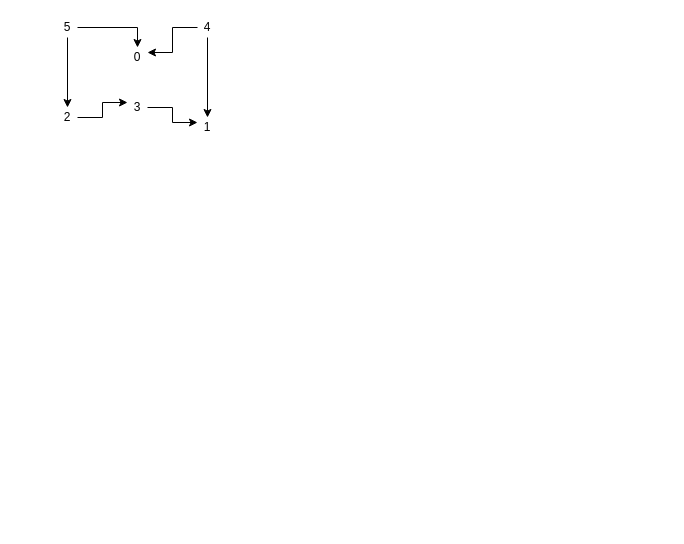
The draw.io diagram topologicalSortDFS.drawio in KaidenCoder/DrawIORepo, before the edit. Source tidied: cells renumbered, new cells numbered last; positions are measured from the earlier drawing's top-left corner, leaving out a move shared by most shapes. Both pictures are drawn from the tidied source at 100%, with x=0, y=0 at pixel (57, 17).
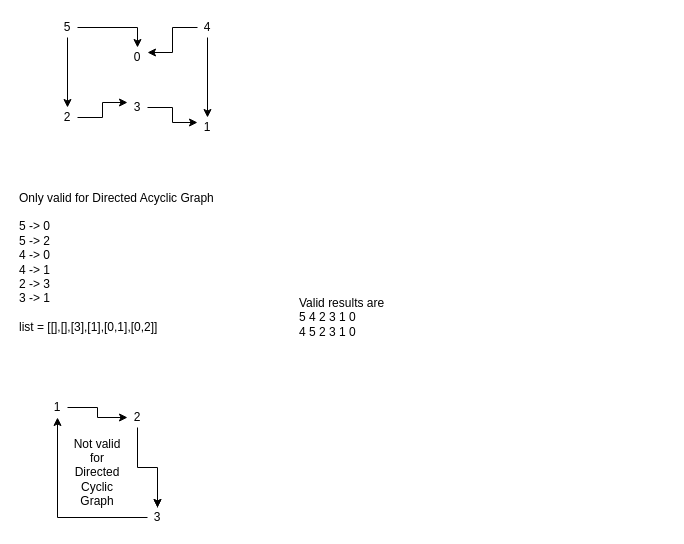
The same page after the edit.

What changed in the source:
```diff
@@
+    <mxCell id="14" value="&lt;div&gt;Only valid for Directed Acyclic Graph&lt;/div&gt;&lt;div&gt;&lt;br&gt;&lt;/div&gt;5 -&amp;gt; 0&lt;div&gt;5 -&amp;gt; 2&lt;/div&gt;&lt;div&gt;4 -&amp;gt; 0&lt;/div&gt;&lt;div&gt;4 -&amp;gt; 1&lt;/div&gt;&lt;div&gt;2 -&amp;gt; 3&lt;/div&gt;&lt;div&gt;3 -&amp;gt; 1&lt;/div&gt;&lt;div&gt;&lt;br&gt;&lt;/div&gt;&lt;div&gt;list = [[],[],[3],[1],[0,1],[0,2]]&lt;/div&gt;" style="text;html=1;align=left;verticalAlign=middle;whiteSpace=wrap;rounded=0;" parent="1" vertex="1">
+      <mxGeometry x="-40" y="160" width="210" height="170" as="geometry" />
+    </mxCell>
+    <mxCell id="15" value="Valid results are&lt;div&gt;5 4 2 3 1 0&lt;/div&gt;&lt;div&gt;4 5 2 3 1 0&lt;/div&gt;" style="text;html=1;align=left;verticalAlign=middle;whiteSpace=wrap;rounded=0;" parent="1" vertex="1">
+      <mxGeometry x="240" y="210" width="370" height="180" as="geometry" />
+    </mxCell>
+    <mxCell id="16" style="edgeStyle=orthogonalEdgeStyle;rounded=0;jettySize=auto;html=1;" parent="1" edge="1" source="17" target="19">
+      <mxGeometry relative="1" as="geometry" />
+    </mxCell>
+    <mxCell id="17" value="1" style="text;html=1;align=center;verticalAlign=middle;whiteSpace=wrap;rounded=0;" parent="1" vertex="1">
+      <mxGeometry x="-10" y="380" width="20" height="20" as="geometry" />
+    </mxCell>
+    <mxCell id="18" style="edgeStyle=orthogonalEdgeStyle;rounded=0;jettySize=auto;html=1;" parent="1" edge="1" source="22">
+      <mxGeometry relative="1" as="geometry">
+        <mxPoint x="100" y="490" as="targetPoint" />
+      </mxGeometry>
+    </mxCell>
+    <mxCell id="19" value="2" style="text;html=1;align=center;verticalAlign=middle;whiteSpace=wrap;rounded=0;" parent="1" vertex="1">
+      <mxGeometry x="70" y="390" width="20" height="20" as="geometry" />
+    </mxCell>
+    <mxCell id="20" style="edgeStyle=orthogonalEdgeStyle;rounded=0;jettySize=auto;html=1;" parent="1" edge="1" source="19" target="22">
+      <mxGeometry relative="1" as="geometry" />
+    </mxCell>
+    <mxCell id="21" style="edgeStyle=orthogonalEdgeStyle;rounded=0;jettySize=auto;html=1;entryX=0.5;entryY=1;entryDx=0;entryDy=0;" parent="1" edge="1" source="22" target="17">
+      <mxGeometry relative="1" as="geometry" />
+    </mxCell>
+    <mxCell id="22" value="3" style="text;html=1;align=center;verticalAlign=middle;whiteSpace=wrap;rounded=0;" parent="1" vertex="1">
+      <mxGeometry x="90" y="490" width="20" height="20" as="geometry" />
+    </mxCell>
+    <mxCell id="23" value="Not valid for Directed Cyclic Graph" style="text;html=1;align=center;verticalAlign=middle;whiteSpace=wrap;rounded=0;" parent="1" vertex="1">
+      <mxGeometry x="10" y="440" width="60" height="30" as="geometry" />
+    </mxCell>
```
